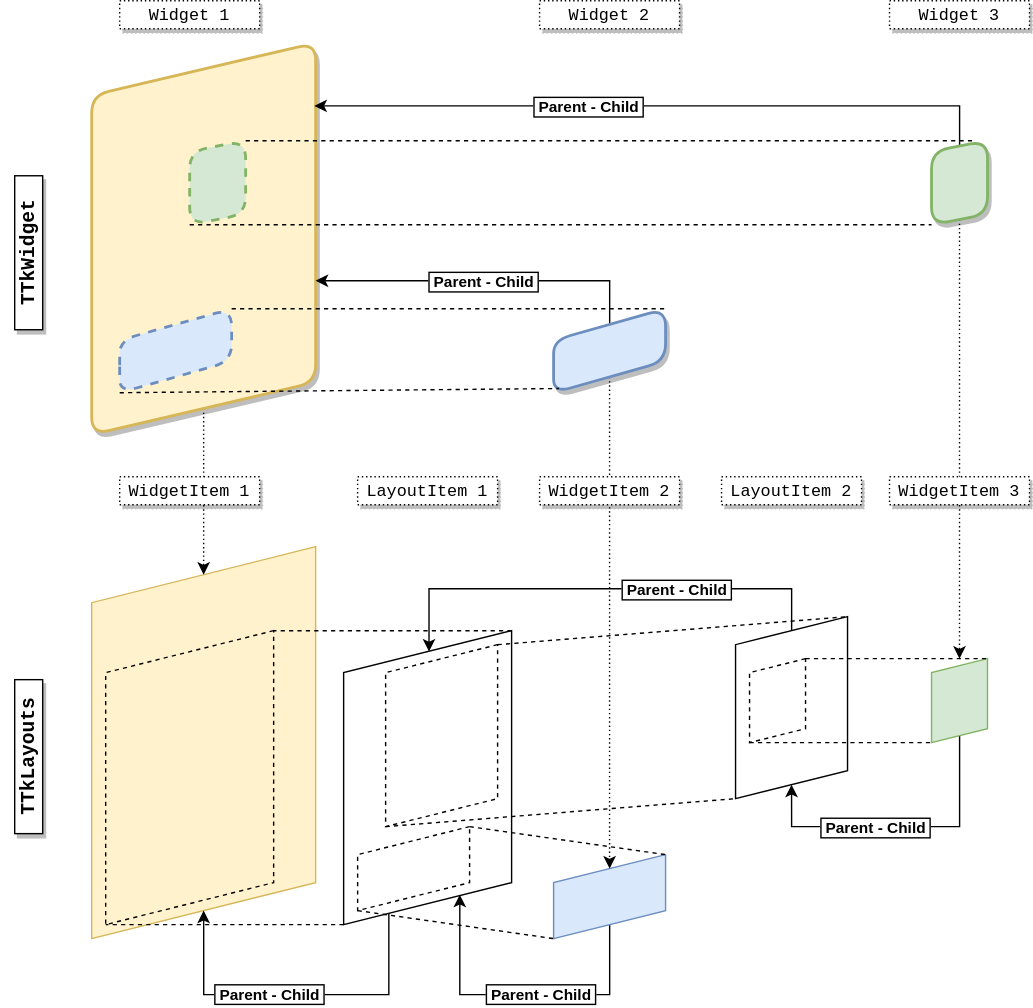
Before: docs/images/Layout.HLD.001.svg, a diagram exported from draw.io (ceccopierangiolieugenio/pyTermTk). Source tidied: cells renumbered, new cells last; positions are measured from the earlier drawing's top-left corner, leaving out a move shared by most shapes. The source it was exported from:
```xml
<mxGraphModel>
  <root>
    <mxCell id="0" />
    <mxCell id="1" parent="0" />
    <mxCell id="2" style="shape=parallelogram;perimeter=parallelogramPerimeter;whiteSpace=wrap;html=1;fixedSize=1;rotation=0;size=39.999999999999886;sketch=0;direction=south;flipH=1;fillColor=#fff2cc;strokeColor=#d6b656;shadow=0;" parent="1" vertex="1">
      <mxGeometry x="100" y="390" width="160" height="280" as="geometry" />
    </mxCell>
    <mxCell id="3" style="edgeStyle=orthogonalEdgeStyle;rounded=0;jettySize=auto;html=1;dashed=1;strokeWidth=1;dashPattern=1 2;" parent="1" edge="1" source="4" target="2">
      <mxGeometry relative="1" as="geometry" />
    </mxCell>
    <mxCell id="4" style="shape=parallelogram;html=1;strokeWidth=2;perimeter=parallelogramPerimeter;whiteSpace=wrap;rounded=1;arcSize=25;size=0.1339285714285717;sketch=0;direction=north;flipH=1;flipV=0;shadow=1;fillColor=#fff2cc;strokeColor=#d6b656;" parent="1" vertex="1">
      <mxGeometry x="100" y="30" width="160" height="280" as="geometry" />
    </mxCell>
    <mxCell id="5" style="shape=parallelogram;perimeter=parallelogramPerimeter;whiteSpace=wrap;html=1;fixedSize=1;rotation=0;size=30;sketch=0;direction=south;flipH=1;dashed=1;fillColor=none;" parent="1" vertex="1">
      <mxGeometry x="110" y="450" width="120" height="210" as="geometry" />
    </mxCell>
    <mxCell id="6" style="edgeStyle=orthogonalEdgeStyle;rounded=0;jettySize=auto;html=1;entryX=1;entryY=0.5;entryDx=0;entryDy=0;strokeWidth=1;exitX=1;exitY=0.75;exitDx=0;exitDy=0;" parent="1" edge="1" source="8" target="2">
      <mxGeometry relative="1" as="geometry">
        <Array as="points">
          <mxPoint x="312" y="710" />
          <mxPoint x="180" y="710" />
        </Array>
      </mxGeometry>
    </mxCell>
    <mxCell id="7" value="&amp;nbsp;Parent - Child&amp;nbsp;" style="edgeLabel;html=1;align=center;verticalAlign=middle;labelBorderColor=#000000;fontStyle=1;" parent="6" vertex="1">
      <mxGeometry x="0.15" y="-1" relative="1" as="geometry" />
    </mxCell>
    <mxCell id="8" style="shape=parallelogram;perimeter=parallelogramPerimeter;whiteSpace=wrap;html=1;fixedSize=1;rotation=0;size=30;sketch=0;direction=south;flipH=1;fillColor=none;" parent="1" vertex="1">
      <mxGeometry x="280" y="450" width="120" height="210" as="geometry" />
    </mxCell>
    <mxCell id="9" style="endArrow=none;dashed=1;html=1;strokeWidth=1;exitX=0;exitY=0;exitDx=0;exitDy=0;entryX=0;entryY=0;entryDx=0;entryDy=0;" parent="1" edge="1" source="8" target="5">
      <mxGeometry relative="1" as="geometry" />
    </mxCell>
    <mxCell id="10" style="endArrow=none;dashed=1;html=1;strokeWidth=1;exitX=1;exitY=1;exitDx=0;exitDy=0;entryX=1;entryY=1;entryDx=0;entryDy=0;" parent="1" edge="1" source="8" target="5">
      <mxGeometry relative="1" as="geometry" />
    </mxCell>
    <mxCell id="11" style="shape=parallelogram;perimeter=parallelogramPerimeter;whiteSpace=wrap;html=1;fixedSize=1;rotation=0;size=20;sketch=0;direction=south;flipH=1;dashed=1;fillColor=none;" parent="1" vertex="1">
      <mxGeometry x="310" y="460" width="80" height="130" as="geometry" />
    </mxCell>
    <mxCell id="12" style="shape=parallelogram;perimeter=parallelogramPerimeter;whiteSpace=wrap;html=1;fixedSize=1;rotation=0;size=20;sketch=0;direction=south;flipH=1;dashed=1;fillColor=none;" parent="1" vertex="1">
      <mxGeometry x="290" y="590" width="80" height="60" as="geometry" />
    </mxCell>
    <mxCell id="13" style="edgeStyle=orthogonalEdgeStyle;rounded=0;jettySize=auto;html=1;entryX=0.071;entryY=0.511;entryDx=0;entryDy=0;entryPerimeter=0;strokeWidth=1;" parent="1" edge="1" source="15" target="8">
      <mxGeometry relative="1" as="geometry">
        <Array as="points">
          <mxPoint x="600" y="420" />
          <mxPoint x="341" y="420" />
          <mxPoint x="341" y="465" />
        </Array>
      </mxGeometry>
    </mxCell>
    <mxCell id="14" value="&amp;nbsp;Parent - Child&amp;nbsp;" style="edgeLabel;html=1;align=center;verticalAlign=middle;labelBorderColor=#000000;fontStyle=1;" parent="13" vertex="1">
      <mxGeometry x="-0.53" y="2" relative="1" as="geometry">
        <mxPoint x="-35.2" y="-2" as="offset" />
      </mxGeometry>
    </mxCell>
    <mxCell id="15" style="shape=parallelogram;perimeter=parallelogramPerimeter;whiteSpace=wrap;html=1;fixedSize=1;rotation=0;size=20;sketch=0;direction=south;flipH=1;fillColor=none;" parent="1" vertex="1">
      <mxGeometry x="560" y="440" width="80" height="130" as="geometry" />
    </mxCell>
    <mxCell id="16" style="edgeStyle=orthogonalEdgeStyle;rounded=0;jettySize=auto;html=1;entryX=0.898;entryY=0.689;entryDx=0;entryDy=0;strokeWidth=1;labelBorderColor=#000000;entryPerimeter=0;" parent="1" edge="1" source="18" target="8">
      <mxGeometry relative="1" as="geometry">
        <Array as="points">
          <mxPoint x="470" y="710" />
          <mxPoint x="363" y="710" />
          <mxPoint x="363" y="639" />
        </Array>
      </mxGeometry>
    </mxCell>
    <mxCell id="17" value="&amp;nbsp;Parent - Child&amp;nbsp;" style="edgeLabel;html=1;align=center;verticalAlign=middle;labelBorderColor=#000000;fontStyle=1;" parent="16" vertex="1">
      <mxGeometry x="-0.3" y="-1" relative="1" as="geometry">
        <mxPoint x="-19.6" as="offset" />
      </mxGeometry>
    </mxCell>
    <mxCell id="18" style="shape=parallelogram;perimeter=parallelogramPerimeter;whiteSpace=wrap;html=1;fixedSize=1;rotation=0;size=20;sketch=0;direction=south;flipH=1;fillColor=#dae8fc;strokeColor=#6c8ebf;" parent="1" vertex="1">
      <mxGeometry x="430" y="610" width="80" height="60" as="geometry" />
    </mxCell>
    <mxCell id="19" style="shape=parallelogram;perimeter=parallelogramPerimeter;whiteSpace=wrap;html=1;fixedSize=1;rotation=0;size=10;sketch=0;direction=south;flipH=1;dashed=1;fillColor=none;" parent="1" vertex="1">
      <mxGeometry x="570" y="470" width="40" height="60" as="geometry" />
    </mxCell>
    <mxCell id="20" style="endArrow=none;dashed=1;html=1;entryX=0;entryY=0;entryDx=0;entryDy=0;exitX=0;exitY=0;exitDx=0;exitDy=0;" parent="1" edge="1" source="12" target="18">
      <mxGeometry relative="1" as="geometry" />
    </mxCell>
    <mxCell id="21" style="endArrow=none;dashed=1;html=1;entryX=1;entryY=1;entryDx=0;entryDy=0;exitX=1;exitY=1;exitDx=0;exitDy=0;" parent="1" edge="1" source="12" target="18">
      <mxGeometry relative="1" as="geometry" />
    </mxCell>
    <mxCell id="22" style="endArrow=none;dashed=1;html=1;entryX=0;entryY=0;entryDx=0;entryDy=0;exitX=0;exitY=0;exitDx=0;exitDy=0;" parent="1" edge="1" source="11" target="15">
      <mxGeometry relative="1" as="geometry" />
    </mxCell>
    <mxCell id="23" style="endArrow=none;dashed=1;html=1;entryX=1;entryY=1;entryDx=0;entryDy=0;exitX=1;exitY=1;exitDx=0;exitDy=0;" parent="1" edge="1" source="11" target="15">
      <mxGeometry relative="1" as="geometry" />
    </mxCell>
    <mxCell id="24" style="edgeStyle=orthogonalEdgeStyle;rounded=0;jettySize=auto;html=1;entryX=1;entryY=0.5;entryDx=0;entryDy=0;strokeWidth=1;" parent="1" edge="1" source="26" target="15">
      <mxGeometry relative="1" as="geometry">
        <Array as="points">
          <mxPoint x="720" y="590" />
          <mxPoint x="600" y="590" />
        </Array>
      </mxGeometry>
    </mxCell>
    <mxCell id="25" value="&amp;nbsp;Parent - Child&amp;nbsp;" style="edgeLabel;html=1;align=center;verticalAlign=middle;labelBorderColor=#000000;fontStyle=1;" parent="24" vertex="1">
      <mxGeometry x="-0.04" relative="1" as="geometry">
        <mxPoint x="-22.2" as="offset" />
      </mxGeometry>
    </mxCell>
    <mxCell id="26" style="shape=parallelogram;perimeter=parallelogramPerimeter;whiteSpace=wrap;html=1;fixedSize=1;rotation=0;size=10;sketch=0;direction=south;flipH=1;fillColor=#d5e8d4;strokeColor=#82b366;" parent="1" vertex="1">
      <mxGeometry x="700" y="470" width="40" height="60" as="geometry" />
    </mxCell>
    <mxCell id="27" style="endArrow=none;dashed=1;html=1;strokeWidth=1;entryX=0;entryY=0;entryDx=0;entryDy=0;exitX=0;exitY=0;exitDx=0;exitDy=0;" parent="1" edge="1" source="19" target="26">
      <mxGeometry relative="1" as="geometry" />
    </mxCell>
    <mxCell id="28" style="endArrow=none;dashed=1;html=1;strokeWidth=1;entryX=1;entryY=1;entryDx=0;entryDy=0;exitX=1;exitY=1;exitDx=0;exitDy=0;" parent="1" edge="1" source="19" target="26">
      <mxGeometry relative="1" as="geometry" />
    </mxCell>
    <mxCell id="29" style="edgeStyle=orthogonalEdgeStyle;rounded=0;jettySize=auto;html=1;entryX=0;entryY=0.5;entryDx=0;entryDy=0;dashed=1;strokeWidth=1;dashPattern=1 2;" parent="1" edge="1" source="32" target="18">
      <mxGeometry relative="1" as="geometry" />
    </mxCell>
    <mxCell id="30" style="edgeStyle=orthogonalEdgeStyle;rounded=0;jettySize=auto;html=1;strokeWidth=1;" parent="1" edge="1" source="32" target="4">
      <mxGeometry relative="1" as="geometry">
        <Array as="points">
          <mxPoint x="470" y="200" />
        </Array>
      </mxGeometry>
    </mxCell>
    <mxCell id="31" value="&lt;span style=&quot;font-weight: 700&quot;&gt;&amp;nbsp;Parent - Child&amp;nbsp;&lt;/span&gt;" style="edgeLabel;html=1;align=center;verticalAlign=middle;labelBorderColor=#000000;" parent="30" vertex="1">
      <mxGeometry x="-0.31" y="1" relative="1" as="geometry">
        <mxPoint x="-38.2" y="-1" as="offset" />
      </mxGeometry>
    </mxCell>
    <mxCell id="32" style="shape=parallelogram;html=1;strokeWidth=2;perimeter=parallelogramPerimeter;whiteSpace=wrap;rounded=1;arcSize=25;size=0.375;sketch=0;direction=north;flipH=1;flipV=0;shadow=1;fillColor=#dae8fc;strokeColor=#6c8ebf;" parent="1" vertex="1">
      <mxGeometry x="430" y="220" width="80" height="60" as="geometry" />
    </mxCell>
    <mxCell id="33" style="edgeStyle=orthogonalEdgeStyle;rounded=0;jettySize=auto;html=1;dashed=1;strokeWidth=1;dashPattern=1 2;" parent="1" edge="1" source="36">
      <mxGeometry relative="1" as="geometry">
        <mxPoint x="720" y="470" as="targetPoint" />
      </mxGeometry>
    </mxCell>
    <mxCell id="34" style="edgeStyle=orthogonalEdgeStyle;rounded=0;jettySize=auto;html=1;entryX=0.839;entryY=0.006;entryDx=0;entryDy=0;entryPerimeter=0;strokeWidth=1;" parent="1" edge="1" source="36" target="4">
      <mxGeometry relative="1" as="geometry">
        <Array as="points">
          <mxPoint x="720" y="75" />
        </Array>
      </mxGeometry>
    </mxCell>
    <mxCell id="35" value="&lt;span style=&quot;font-weight: 700&quot;&gt;&amp;nbsp;Parent - Child&amp;nbsp;&lt;/span&gt;" style="edgeLabel;html=1;align=center;verticalAlign=middle;labelBorderColor=#000000;" parent="34" vertex="1">
      <mxGeometry x="0.2" relative="1" as="geometry" />
    </mxCell>
    <mxCell id="36" style="shape=parallelogram;html=1;strokeWidth=2;perimeter=parallelogramPerimeter;whiteSpace=wrap;rounded=1;arcSize=25;size=0.125;sketch=0;direction=north;flipH=1;flipV=0;shadow=1;fillColor=#d5e8d4;strokeColor=#82b366;" parent="1" vertex="1">
      <mxGeometry x="700" y="100" width="40" height="60" as="geometry" />
    </mxCell>
    <mxCell id="37" style="shape=parallelogram;html=1;strokeWidth=2;perimeter=parallelogramPerimeter;whiteSpace=wrap;rounded=1;arcSize=25;size=0.375;sketch=0;direction=north;flipH=1;flipV=0;dashed=1;fillColor=#dae8fc;strokeColor=#6c8ebf;" parent="1" vertex="1">
      <mxGeometry x="120" y="220" width="80" height="60" as="geometry" />
    </mxCell>
    <mxCell id="38" style="shape=parallelogram;html=1;strokeWidth=2;perimeter=parallelogramPerimeter;whiteSpace=wrap;rounded=1;arcSize=25;size=0.125;sketch=0;direction=north;flipH=1;flipV=0;dashed=1;fillColor=#d5e8d4;strokeColor=#82b366;" parent="1" vertex="1">
      <mxGeometry x="170" y="100" width="40" height="60" as="geometry" />
    </mxCell>
    <mxCell id="39" style="endArrow=none;dashed=1;html=1;strokeWidth=1;exitX=1;exitY=1;exitDx=0;exitDy=0;" parent="1" edge="1" source="38">
      <mxGeometry relative="1" as="geometry">
        <mxPoint x="730" y="100" as="targetPoint" />
      </mxGeometry>
    </mxCell>
    <mxCell id="40" style="endArrow=none;dashed=1;html=1;strokeWidth=1;exitX=0;exitY=0;exitDx=0;exitDy=0;entryX=0;entryY=0;entryDx=0;entryDy=0;" parent="1" edge="1" source="38" target="36">
      <mxGeometry relative="1" as="geometry" />
    </mxCell>
    <mxCell id="41" style="endArrow=none;dashed=1;html=1;strokeWidth=1;exitX=1;exitY=1;exitDx=0;exitDy=0;" parent="1" edge="1" source="37">
      <mxGeometry relative="1" as="geometry">
        <mxPoint x="510" y="220" as="targetPoint" />
      </mxGeometry>
    </mxCell>
    <mxCell id="42" style="endArrow=none;dashed=1;html=1;strokeWidth=1;exitX=0;exitY=0;exitDx=0;exitDy=0;entryX=0.05;entryY=0.952;entryDx=0;entryDy=0;entryPerimeter=0;" parent="1" edge="1" source="37" target="32">
      <mxGeometry relative="1" as="geometry" />
    </mxCell>
    <mxCell id="43" value="&lt;font face=&quot;Courier New&quot;&gt;WidgetItem 1&lt;/font&gt;" style="text;html=1;align=center;verticalAlign=middle;whiteSpace=wrap;rounded=0;shadow=1;dashed=1;sketch=0;fillColor=#ffffff;strokeColor=#000000;dashPattern=1 2;" parent="1" vertex="1">
      <mxGeometry x="120" y="340" width="100" height="20" as="geometry" />
    </mxCell>
    <mxCell id="44" value="&lt;font face=&quot;Courier New&quot;&gt;WidgetItem 2&lt;/font&gt;" style="text;html=1;align=center;verticalAlign=middle;whiteSpace=wrap;rounded=0;shadow=1;dashed=1;sketch=0;fillColor=#ffffff;strokeColor=#000000;dashPattern=1 2;" parent="1" vertex="1">
      <mxGeometry x="420" y="340" width="100" height="20" as="geometry" />
    </mxCell>
    <mxCell id="45" value="&lt;font face=&quot;Courier New&quot;&gt;WidgetItem 3&lt;/font&gt;" style="text;html=1;align=center;verticalAlign=middle;whiteSpace=wrap;rounded=0;shadow=1;dashed=1;sketch=0;fillColor=#ffffff;strokeColor=#000000;dashPattern=1 2;" parent="1" vertex="1">
      <mxGeometry x="670" y="340" width="100" height="20" as="geometry" />
    </mxCell>
    <mxCell id="46" value="&lt;font face=&quot;Courier New&quot;&gt;LayoutItem 1&lt;/font&gt;" style="text;html=1;align=center;verticalAlign=middle;whiteSpace=wrap;rounded=0;shadow=1;dashed=1;sketch=0;fillColor=#ffffff;strokeColor=#000000;dashPattern=1 2;" parent="1" vertex="1">
      <mxGeometry x="290" y="340" width="100" height="20" as="geometry" />
    </mxCell>
    <mxCell id="47" value="&lt;font face=&quot;Courier New&quot;&gt;LayoutItem 2&lt;/font&gt;" style="text;html=1;align=center;verticalAlign=middle;whiteSpace=wrap;rounded=0;shadow=1;dashed=1;sketch=0;fillColor=#ffffff;strokeColor=#000000;dashPattern=1 2;" parent="1" vertex="1">
      <mxGeometry x="550" y="340" width="100" height="20" as="geometry" />
    </mxCell>
    <mxCell id="48" value="&lt;font face=&quot;Courier New&quot;&gt;Widget 1&lt;/font&gt;" style="text;html=1;align=center;verticalAlign=middle;whiteSpace=wrap;rounded=0;shadow=1;dashed=1;sketch=0;fillColor=#ffffff;strokeColor=#000000;dashPattern=1 2;" parent="1" vertex="1">
      <mxGeometry x="120" width="100" height="20" as="geometry" />
    </mxCell>
    <mxCell id="49" value="&lt;font face=&quot;Courier New&quot;&gt;Widget 2&lt;/font&gt;" style="text;html=1;align=center;verticalAlign=middle;whiteSpace=wrap;rounded=0;shadow=1;dashed=1;sketch=0;fillColor=#ffffff;strokeColor=#000000;dashPattern=1 2;" parent="1" vertex="1">
      <mxGeometry x="420" width="100" height="20" as="geometry" />
    </mxCell>
    <mxCell id="50" value="&lt;font face=&quot;Courier New&quot;&gt;Widget 3&lt;/font&gt;" style="text;html=1;align=center;verticalAlign=middle;whiteSpace=wrap;rounded=0;shadow=1;dashed=1;sketch=0;fillColor=#ffffff;strokeColor=#000000;dashPattern=1 2;" parent="1" vertex="1">
      <mxGeometry x="670" width="100" height="20" as="geometry" />
    </mxCell>
    <mxCell id="51" value="&lt;pre&gt;&lt;font face=&quot;Courier New&quot; style=&quot;font-size: 14px&quot;&gt; TTkWidget &lt;/font&gt;&lt;/pre&gt;" style="text;html=1;align=center;verticalAlign=middle;whiteSpace=wrap;rounded=0;shadow=1;sketch=0;fillColor=#ffffff;strokeColor=#000000;fontStyle=1;rotation=-90;" parent="1" vertex="1">
      <mxGeometry y="170" width="110" height="20" as="geometry" />
    </mxCell>
    <mxCell id="52" value="&lt;pre&gt;&lt;font face=&quot;Courier New&quot; style=&quot;font-size: 14px&quot;&gt; TTkLayouts &lt;/font&gt;&lt;/pre&gt;" style="text;html=1;align=center;verticalAlign=middle;whiteSpace=wrap;rounded=0;shadow=1;sketch=0;fillColor=#ffffff;strokeColor=#000000;fontStyle=1;rotation=-90;" parent="1" vertex="1">
      <mxGeometry y="530" width="110" height="20" as="geometry" />
    </mxCell>
  </root>
</mxGraphModel>
```
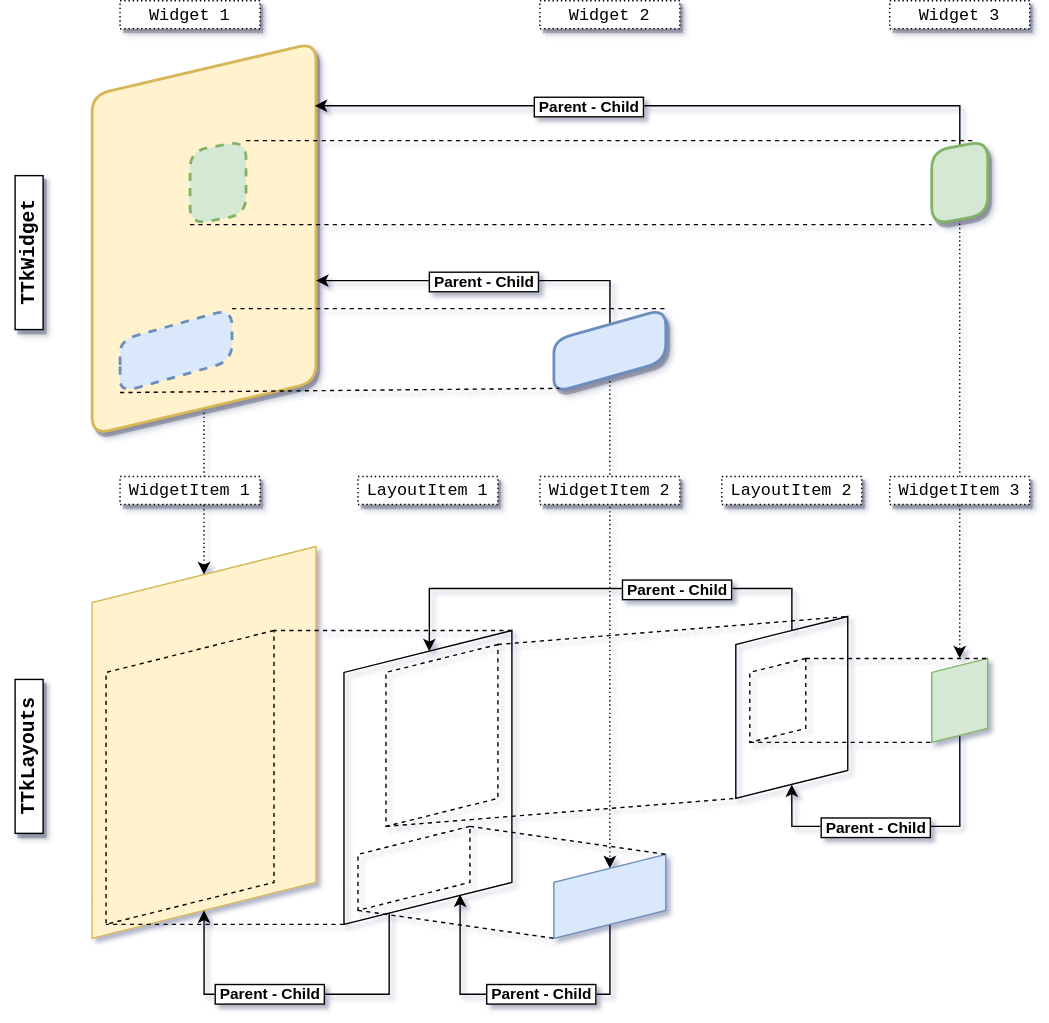
After the commit.

Diff of the diagram source:
```diff
@@ -1,4 +1,4 @@
-<mxGraphModel>
+<mxGraphModel shadow="1">
   <root>
     <mxCell id="0" />
     <mxCell id="1" parent="0" />
```
